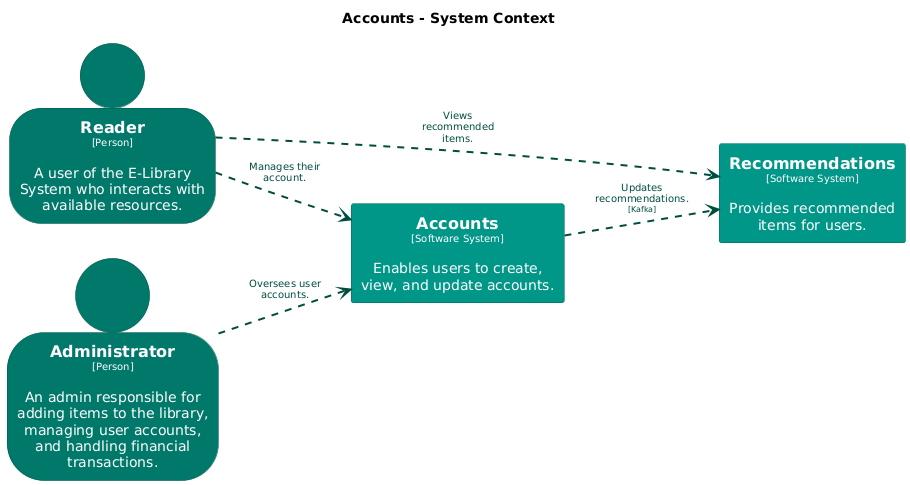
The PlantUML diagram main/png/SystemContext-001.png in Goodmorning918/E-Library-Architecture, before a commit.
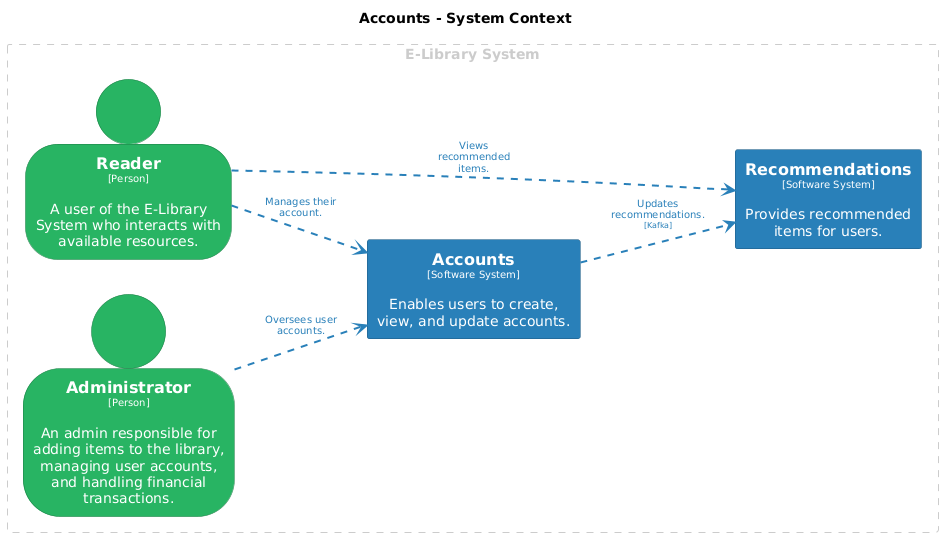
Above is the later version.

What changed in the source:
```diff
@@ -14,37 +14,44 @@
 hide stereotype
 
 skinparam rectangle<<Accounts>> {
-  BackgroundColor #009688
+  BackgroundColor #2980b9
   FontColor #ffffff
-  BorderColor #00695f
+  BorderColor #1c5981
   shadowing false
 }
 skinparam person<<Administrator>> {
-  BackgroundColor #00796b
+  BackgroundColor #28b463
   FontColor #ffffff
-  BorderColor #00544a
+  BorderColor #1c7d45
   shadowing false
 }
 skinparam person<<Reader>> {
-  BackgroundColor #00796b
+  BackgroundColor #28b463
   FontColor #ffffff
-  BorderColor #00544a
+  BorderColor #1c7d45
   shadowing false
 }
 skinparam rectangle<<Recommendations>> {
-  BackgroundColor #009688
+  BackgroundColor #2980b9
   FontColor #ffffff
-  BorderColor #00695f
+  BorderColor #1c5981
   shadowing false
 }
 
-person "==Reader\n<size:10>[Person]</size>\n\nA user of the E-Library System who interacts with available resources." <<Reader>> as Reader
-rectangle "==Recommendations\n<size:10>[Software System]</size>\n\nProvides recommended items for users." <<Recommendations>> as Recommendations
-person "==Administrator\n<size:10>[Person]</size>\n\nAn admin responsible for adding items to the library, managing user accounts, and handling financial transactions." <<Administrator>> as Administrator
-rectangle "==Accounts\n<size:10>[Software System]</size>\n\nEnables users to create, view, and update accounts." <<Accounts>> as Accounts
+rectangle "E-Library System" <<group1>> as group1 {
+  skinparam RectangleBorderColor<<group1>> #cccccc
+  skinparam RectangleFontColor<<group1>> #cccccc
+  skinparam RectangleBorderStyle<<group1>> dashed
 
-Reader .[#004d40,thickness=2].> Accounts : "<color:#004d40>Manages their account."
-Reader .[#004d40,thickness=2].> Recommendations : "<color:#004d40>Views recommended items."
-Administrator .[#004d40,thickness=2].> Accounts : "<color:#004d40>Oversees user accounts."
-Accounts .[#004d40,thickness=2].> Recommendations : "<color:#004d40>Updates recommendations.\n<color:#004d40><size:8>[Kafka]</size>"
+  person "==Reader\n<size:10>[Person]</size>\n\nA user of the E-Library System who interacts with available resources." <<Reader>> as Reader
+  rectangle "==Recommendations\n<size:10>[Software System]</size>\n\nProvides recommended items for users." <<Recommendations>> as Recommendations
+  person "==Administrator\n<size:10>[Person]</size>\n\nAn admin responsible for adding items to the library, managing user accounts, and handling financial transactions." <<Administrator>> as Administrator
+  rectangle "==Accounts\n<size:10>[Software System]</size>\n\nEnables users to create, view, and update accounts." <<Accounts>> as Accounts
+}
+
+
+Reader .[#2980b9,thickness=2].> Accounts : "<color:#2980b9>Manages their account."
+Reader .[#2980b9,thickness=2].> Recommendations : "<color:#2980b9>Views recommended items."
+Administrator .[#2980b9,thickness=2].> Accounts : "<color:#2980b9>Oversees user accounts."
+Accounts .[#2980b9,thickness=2].> Recommendations : "<color:#2980b9>Updates recommendations.\n<color:#2980b9><size:8>[Kafka]</size>"
 @enduml
```
